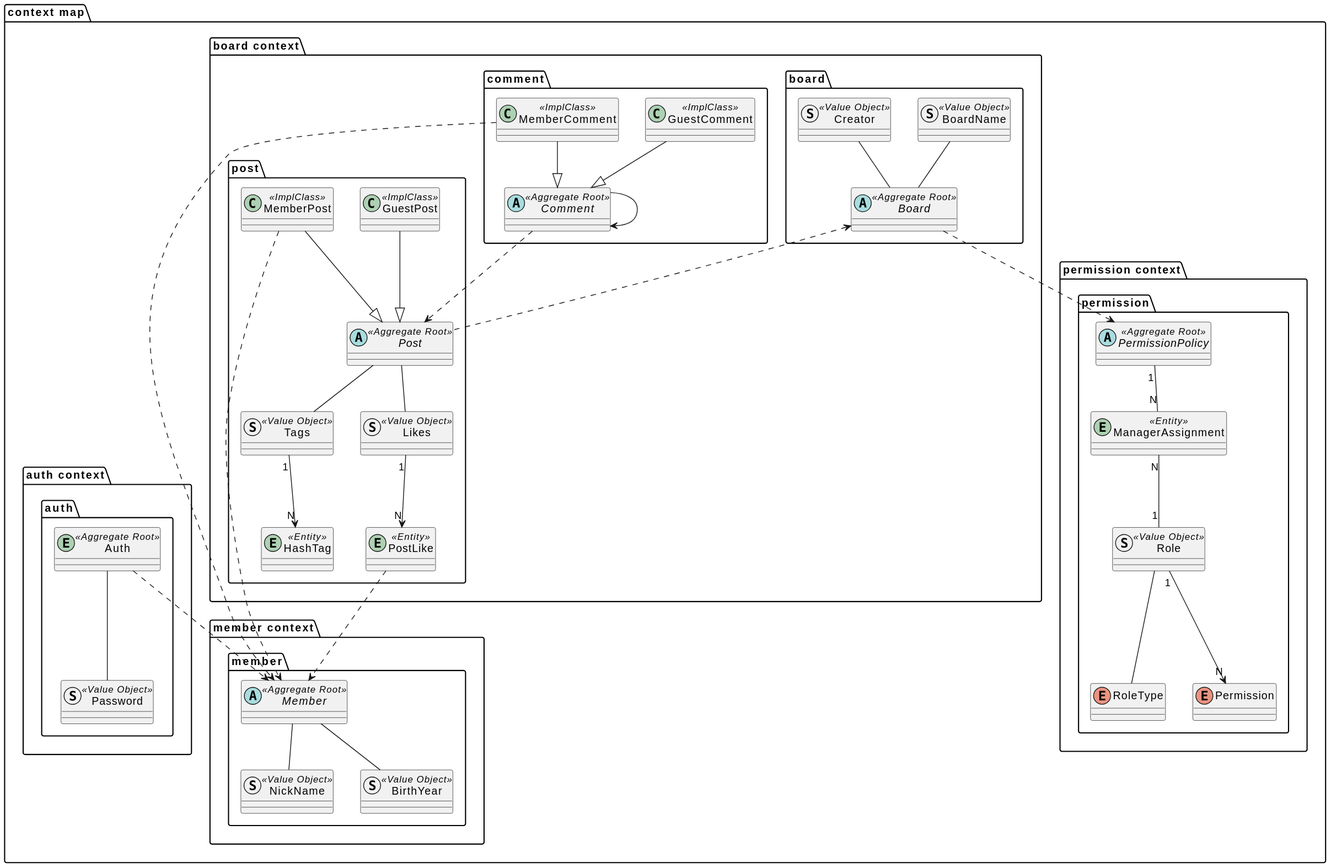
Before: document/puml/domain/boundedContextMap.svg, a diagram exported from PlantUML (SimpleBoardTeam/server-hyunchang).
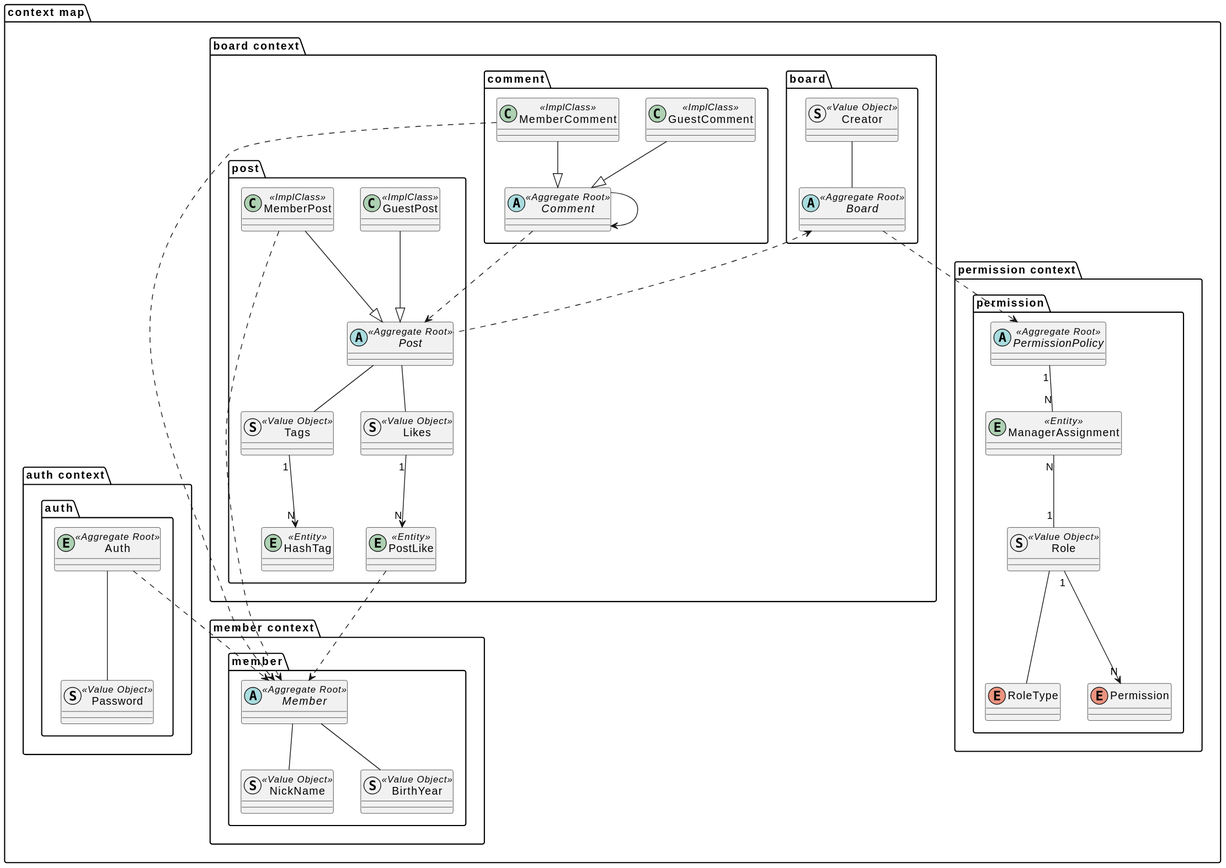
After the commit.

Diff of the diagram source:
```diff
@@ -4,11 +4,8 @@
         package "board"{
             abstract Board <<Aggregate Root>>{
             }
-            struct BoardName <<Value Object>>{
-            }
             struct Creator <<Value Object>>{
             }
-            BoardName -- Board
             Creator -- Board
         }
 
```
